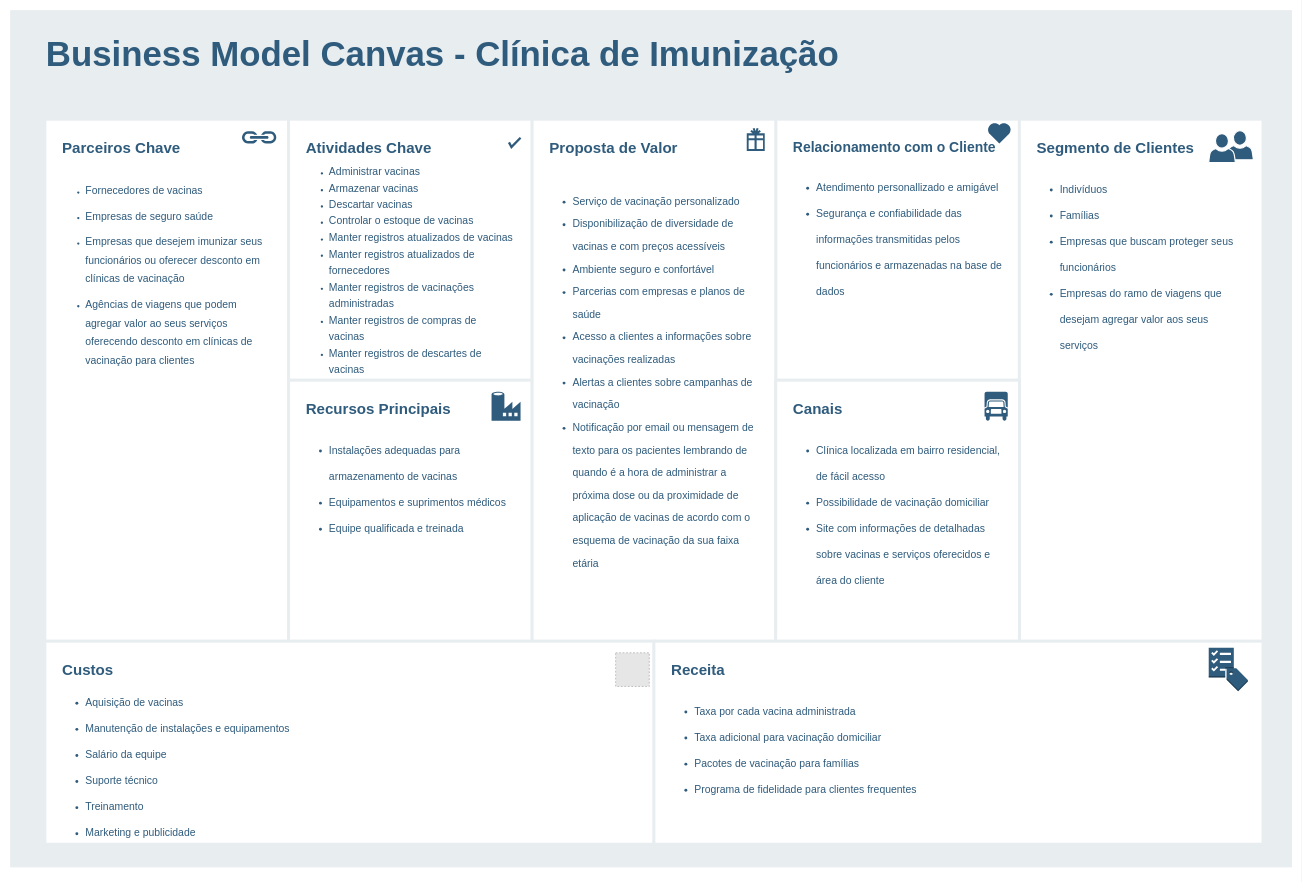
This is projetoConclusaoPos/tcc/proj/bmc.drawio from georgiamcs/posPucMinas2022, a draw.io file, before an edit. Source tidied: cells renumbered, new cells numbered last; positions are measured from the earlier drawing's top-left corner, leaving out a move shared by most shapes. Both pictures are drawn from the tidied source at 58%, with x=0, y=0 at pixel (10, 10). Pictures stored in the file or linked from it are replaced by grey dashed boxes.
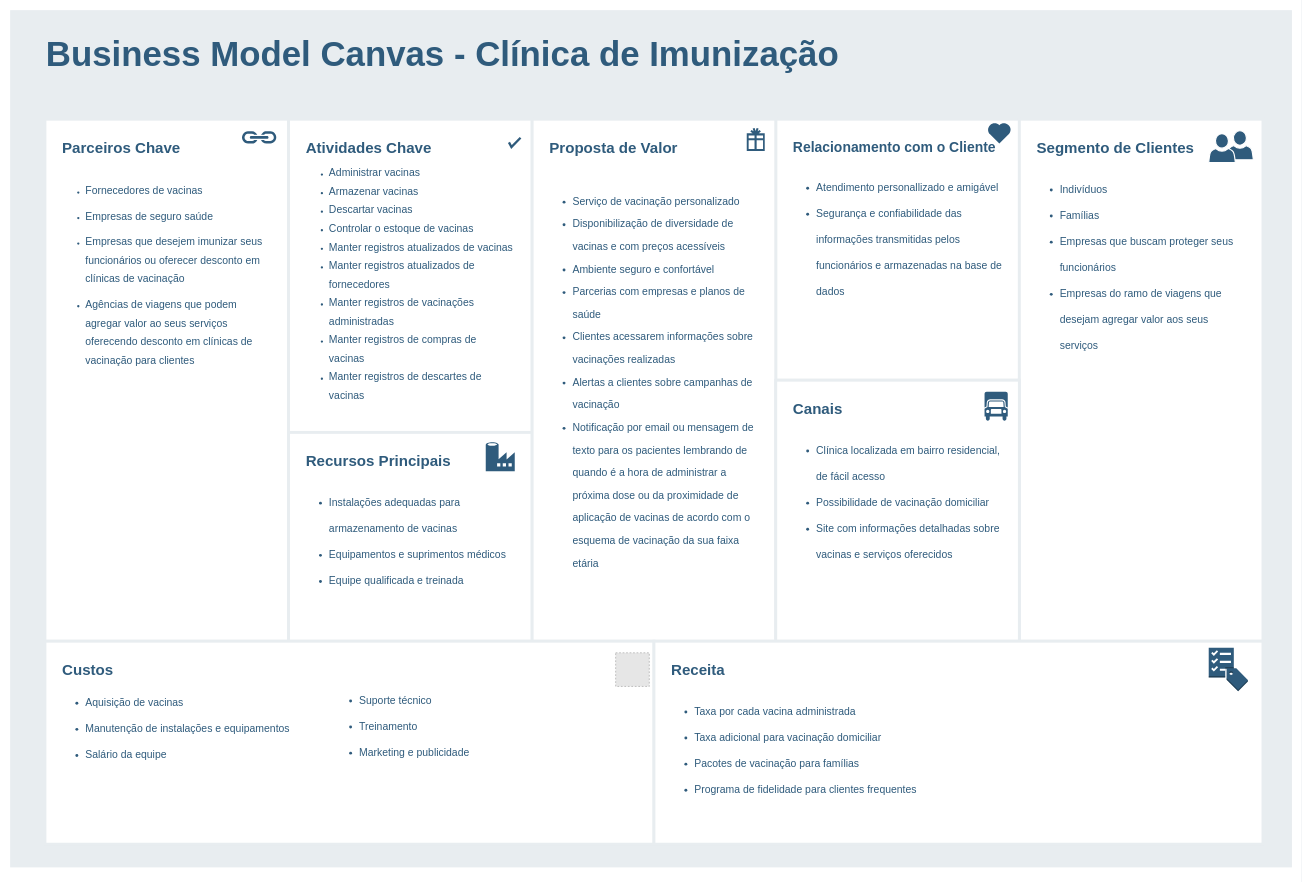
Above is the later version.

Diff of the diagram source:
```diff
@@
-    <mxCell id="5" value="&lt;font style=&quot;&quot;&gt;&lt;span style=&quot;border-color: var(--border-color);&quot;&gt;&lt;b style=&quot;&quot;&gt;&lt;font style=&quot;font-size: 26px;&quot;&gt;Atividades Chave&lt;/font&gt;&lt;/b&gt;&lt;br&gt;&lt;ul style=&quot;line-height: 220%;&quot;&gt;&lt;li&gt;&lt;font style=&quot;&quot;&gt;&lt;span style=&quot;border-color: var(--border-color);&quot;&gt;&lt;span style=&quot;background-color: initial; font-size: 18px;&quot;&gt;Administrar vacinas&lt;/span&gt;&lt;/span&gt;&lt;/font&gt;&lt;/li&gt;&lt;li&gt;&lt;font style=&quot;&quot;&gt;&lt;span style=&quot;border-color: var(--border-color);&quot;&gt;&lt;span style=&quot;background-color: initial; font-size: 18px;&quot;&gt;Armazenar vacinas&lt;/span&gt;&lt;/span&gt;&lt;/font&gt;&lt;/li&gt;&lt;li&gt;&lt;font style=&quot;&quot;&gt;&lt;span style=&quot;border-color: var(--border-color);&quot;&gt;&lt;span style=&quot;background-color: initial; font-size: 18px;&quot;&gt;Descartar vacinas&lt;/span&gt;&lt;/span&gt;&lt;/font&gt;&lt;/li&gt;&lt;li&gt;&lt;font style=&quot;&quot;&gt;&lt;span style=&quot;border-color: var(--border-color);&quot;&gt;&lt;span style=&quot;background-color: initial; font-size: 18px;&quot;&gt;Controlar o estoque de vacinas&lt;/span&gt;&lt;/span&gt;&lt;/font&gt;&lt;/li&gt;&lt;li&gt;&lt;font style=&quot;&quot;&gt;&lt;span style=&quot;border-color: var(--border-color);&quot;&gt;&lt;span style=&quot;background-color: initial; font-size: 18px;&quot;&gt;Manter registros atualizados de vacinas&lt;/span&gt;&lt;/span&gt;&lt;/font&gt;&lt;/li&gt;&lt;li&gt;&lt;font style=&quot;&quot;&gt;&lt;span style=&quot;border-color: var(--border-color);&quot;&gt;&lt;span style=&quot;background-color: initial; font-size: 18px;&quot;&gt;Manter registros atualizados de fornecedores&lt;/span&gt;&lt;/span&gt;&lt;/font&gt;&lt;/li&gt;&lt;li&gt;&lt;font style=&quot;&quot;&gt;&lt;span style=&quot;border-color: var(--border-color);&quot;&gt;&lt;span style=&quot;background-color: initial; font-size: 18px;&quot;&gt;Manter registros de vacinações administradas&lt;/span&gt;&lt;/span&gt;&lt;/font&gt;&lt;/li&gt;&lt;li&gt;&lt;font style=&quot;&quot;&gt;&lt;span style=&quot;border-color: var(--border-color);&quot;&gt;&lt;span style=&quot;background-color: initial; font-size: 18px;&quot;&gt;Manter registros de compras de vacinas&amp;nbsp;&lt;/span&gt;&lt;/span&gt;&lt;/font&gt;&lt;/li&gt;&lt;li&gt;&lt;font style=&quot;&quot;&gt;&lt;span style=&quot;border-color: var(--border-color);&quot;&gt;&lt;span style=&quot;background-color: initial; font-size: 18px;&quot;&gt;Manter registros de descartes de vacinas&amp;nbsp;&lt;/span&gt;&lt;/span&gt;&lt;/font&gt;&lt;/li&gt;&lt;/ul&gt;&lt;/span&gt;&lt;/font&gt;&lt;font&gt;&lt;div style=&quot;border-color: var(--border-color);&quot;&gt;&lt;br style=&quot;border-color: var(--border-color);&quot;&gt;&lt;/div&gt;&lt;/font&gt;&lt;div&gt;&lt;br&gt;&lt;/div&gt;" style="rounded=0;whiteSpace=wrap;html=1;shadow=0;labelBackgroundColor=none;strokeColor=#e8edf0;strokeWidth=5;fillColor=#ffffff;fontSize=12;fontColor=#2F5B7C;align=left;verticalAlign=top;spacing=30;" parent="1" vertex="1">
-      <mxGeometry x="480" y="188" width="420" height="450" as="geometry" />
+    <mxCell id="5" value="&lt;font style=&quot;&quot;&gt;&lt;span style=&quot;border-color: var(--border-color);&quot;&gt;&lt;b style=&quot;&quot;&gt;&lt;font style=&quot;font-size: 26px;&quot;&gt;Atividades Chave&lt;/font&gt;&lt;/b&gt;&lt;br&gt;&lt;ul style=&quot;line-height: 250%;&quot;&gt;&lt;li&gt;&lt;font style=&quot;&quot;&gt;&lt;span style=&quot;border-color: var(--border-color);&quot;&gt;&lt;span style=&quot;background-color: initial; font-size: 18px;&quot;&gt;Administrar vacinas&lt;/span&gt;&lt;/span&gt;&lt;/font&gt;&lt;/li&gt;&lt;li&gt;&lt;font style=&quot;&quot;&gt;&lt;span style=&quot;border-color: var(--border-color);&quot;&gt;&lt;span style=&quot;background-color: initial; font-size: 18px;&quot;&gt;Armazenar vacinas&lt;/span&gt;&lt;/span&gt;&lt;/font&gt;&lt;/li&gt;&lt;li&gt;&lt;font style=&quot;&quot;&gt;&lt;span style=&quot;border-color: var(--border-color);&quot;&gt;&lt;span style=&quot;background-color: initial; font-size: 18px;&quot;&gt;Descartar vacinas&lt;/span&gt;&lt;/span&gt;&lt;/font&gt;&lt;/li&gt;&lt;li&gt;&lt;font style=&quot;&quot;&gt;&lt;span style=&quot;border-color: var(--border-color);&quot;&gt;&lt;span style=&quot;background-color: initial; font-size: 18px;&quot;&gt;Controlar o estoque de vacinas&lt;/span&gt;&lt;/span&gt;&lt;/font&gt;&lt;/li&gt;&lt;li&gt;&lt;font style=&quot;&quot;&gt;&lt;span style=&quot;border-color: var(--border-color);&quot;&gt;&lt;span style=&quot;background-color: initial; font-size: 18px;&quot;&gt;Manter registros atualizados de vacinas&lt;/span&gt;&lt;/span&gt;&lt;/font&gt;&lt;/li&gt;&lt;li&gt;&lt;font style=&quot;&quot;&gt;&lt;span style=&quot;border-color: var(--border-color);&quot;&gt;&lt;span style=&quot;background-color: initial; font-size: 18px;&quot;&gt;Manter registros atualizados de fornecedores&lt;/span&gt;&lt;/span&gt;&lt;/font&gt;&lt;/li&gt;&lt;li&gt;&lt;font style=&quot;&quot;&gt;&lt;span style=&quot;border-color: var(--border-color);&quot;&gt;&lt;span style=&quot;background-color: initial; font-size: 18px;&quot;&gt;Manter registros de vacinações administradas&lt;/span&gt;&lt;/span&gt;&lt;/font&gt;&lt;/li&gt;&lt;li&gt;&lt;font style=&quot;&quot;&gt;&lt;span style=&quot;border-color: var(--border-color);&quot;&gt;&lt;span style=&quot;background-color: initial; font-size: 18px;&quot;&gt;Manter registros de compras de vacinas&amp;nbsp;&lt;/span&gt;&lt;/span&gt;&lt;/font&gt;&lt;/li&gt;&lt;li&gt;&lt;font style=&quot;&quot;&gt;&lt;span style=&quot;border-color: var(--border-color);&quot;&gt;&lt;span style=&quot;background-color: initial; font-size: 18px;&quot;&gt;Manter registros de descartes de vacinas&amp;nbsp;&lt;/span&gt;&lt;/span&gt;&lt;/font&gt;&lt;/li&gt;&lt;/ul&gt;&lt;/span&gt;&lt;/font&gt;&lt;font&gt;&lt;div style=&quot;border-color: var(--border-color); line-height: 250%;&quot;&gt;&lt;br style=&quot;border-color: var(--border-color);&quot;&gt;&lt;/div&gt;&lt;/font&gt;&lt;div style=&quot;line-height: 250%;&quot;&gt;&lt;br&gt;&lt;/div&gt;" style="rounded=0;whiteSpace=wrap;html=1;shadow=0;labelBackgroundColor=none;strokeColor=#e8edf0;strokeWidth=5;fillColor=#ffffff;fontSize=12;fontColor=#2F5B7C;align=left;verticalAlign=top;spacing=30;" parent="1" vertex="1">
+      <mxGeometry x="480" y="188" width="420" height="570" as="geometry" />
     </mxCell>
     <mxCell id="6" value="&lt;div&gt;&lt;font style=&quot;font-size: 26px&quot;&gt;&lt;b&gt;Recursos Principais&lt;/b&gt;&lt;/font&gt;&lt;/div&gt;&lt;div&gt;&lt;br&gt;&lt;/div&gt;&lt;div style=&quot;font-size: 18px; line-height: 250%;&quot;&gt;&lt;ul&gt;&lt;li&gt;&lt;font style=&quot;font-size: 18px;&quot;&gt;Instalações adequadas para armazenamento de vacinas&lt;/font&gt;&lt;/li&gt;&lt;li&gt;&lt;font style=&quot;font-size: 18px;&quot;&gt;Equipamentos e suprimentos médicos&lt;/font&gt;&lt;/li&gt;&lt;li&gt;&lt;font style=&quot;font-size: 18px;&quot;&gt;Equipe qualificada e treinada&lt;/font&gt;&lt;/li&gt;&lt;/ul&gt;&lt;/div&gt;&lt;div&gt;&lt;br&gt;&lt;/div&gt;&lt;div style=&quot;font-size: 10px&quot;&gt;&lt;br&gt;&lt;/div&gt;" style="rounded=0;whiteSpace=wrap;html=1;shadow=0;labelBackgroundColor=none;strokeColor=#e8edf0;strokeWidth=5;fillColor=#ffffff;fontSize=12;fontColor=#2F5B7C;align=left;verticalAlign=top;spacing=30;" parent="1" vertex="1">
-      <mxGeometry x="480" y="638" width="420" height="450" as="geometry" />
+      <mxGeometry x="480" y="728" width="420" height="360" as="geometry" />
     </mxCell>
-    <mxCell id="7" value="&lt;div style=&quot;font-size: 26px&quot;&gt;&lt;font style=&quot;border-color: var(--border-color);&quot;&gt;&lt;b&gt;Proposta de Valor&lt;/b&gt;&lt;/font&gt;&lt;/div&gt;&lt;div style=&quot;font-size: 26px&quot;&gt;&lt;b&gt;&lt;br&gt;&lt;/b&gt;&lt;/div&gt;&lt;div style=&quot;font-size: 26px&quot;&gt;&lt;ul style=&quot;line-height: 150%;&quot;&gt;&lt;li style=&quot;font-size: 18px;&quot;&gt;Serviço de vacinação personalizado&lt;/li&gt;&lt;li style=&quot;font-size: 18px;&quot;&gt;Disponibilização de diversidade de vacinas e com preços acessíveis&lt;/li&gt;&lt;li style=&quot;font-size: 18px;&quot;&gt;Ambiente seguro e confortável&lt;/li&gt;&lt;li style=&quot;font-size: 18px;&quot;&gt;Parcerias com empresas e planos de saúde&lt;/li&gt;&lt;li style=&quot;font-size: 18px;&quot;&gt;Acesso a clientes a informações sobre vacinações realizadas&lt;/li&gt;&lt;li style=&quot;font-size: 18px;&quot;&gt;Alertas a clientes sobre campanhas de vacinação&lt;/li&gt;&lt;li style=&quot;font-size: 18px;&quot;&gt;Notificação por email ou mensagem de texto para os pacientes lembrando de&amp;nbsp; quando é a hora de administrar a próxima dose ou da proximidade de aplicação de vacinas de acordo com o esquema de vacinação da sua faixa etária&lt;/li&gt;&lt;/ul&gt;&lt;font style=&quot;border-color: var(--border-color);&quot;&gt;&lt;div style=&quot;border-color: var(--border-color);&quot;&gt;&lt;br style=&quot;border-color: var(--border-color);&quot;&gt;&lt;/div&gt;&lt;/font&gt;&lt;div style=&quot;border-color: var(--border-color);&quot;&gt;&lt;br style=&quot;border-color: var(--border-color); font-size: 12px;&quot;&gt;&lt;/div&gt;&lt;/div&gt;" style="rounded=0;whiteSpace=wrap;html=1;shadow=0;labelBackgroundColor=none;strokeColor=#e8edf0;strokeWidth=5;fillColor=#ffffff;fontSize=12;fontColor=#2F5B7C;align=left;verticalAlign=top;spacing=30;" parent="1" vertex="1">
+    <mxCell id="7" value="&lt;div style=&quot;font-size: 26px&quot;&gt;&lt;font style=&quot;border-color: var(--border-color);&quot;&gt;&lt;b&gt;Proposta de Valor&lt;/b&gt;&lt;/font&gt;&lt;/div&gt;&lt;div style=&quot;font-size: 26px&quot;&gt;&lt;b&gt;&lt;br&gt;&lt;/b&gt;&lt;/div&gt;&lt;div style=&quot;font-size: 26px&quot;&gt;&lt;ul style=&quot;line-height: 150%;&quot;&gt;&lt;li style=&quot;font-size: 18px;&quot;&gt;Serviço de vacinação personalizado&lt;/li&gt;&lt;li style=&quot;font-size: 18px;&quot;&gt;Disponibilização de diversidade de vacinas e com preços acessíveis&lt;/li&gt;&lt;li style=&quot;font-size: 18px;&quot;&gt;Ambiente seguro e confortável&lt;/li&gt;&lt;li style=&quot;font-size: 18px;&quot;&gt;Parcerias com empresas e planos de saúde&lt;/li&gt;&lt;li style=&quot;font-size: 18px;&quot;&gt;Clientes acessarem informações sobre vacinações realizadas&lt;/li&gt;&lt;li style=&quot;font-size: 18px;&quot;&gt;Alertas a clientes sobre campanhas de vacinação&lt;/li&gt;&lt;li style=&quot;font-size: 18px;&quot;&gt;Notificação por email ou mensagem de texto para os pacientes lembrando de&amp;nbsp; quando é a hora de administrar a próxima dose ou da proximidade de aplicação de vacinas de acordo com o esquema de vacinação da sua faixa etária&lt;/li&gt;&lt;/ul&gt;&lt;font style=&quot;border-color: var(--border-color);&quot;&gt;&lt;div style=&quot;border-color: var(--border-color);&quot;&gt;&lt;br style=&quot;border-color: var(--border-color);&quot;&gt;&lt;/div&gt;&lt;/font&gt;&lt;div style=&quot;border-color: var(--border-color);&quot;&gt;&lt;br style=&quot;border-color: var(--border-color); font-size: 12px;&quot;&gt;&lt;/div&gt;&lt;/div&gt;" style="rounded=0;whiteSpace=wrap;html=1;shadow=0;labelBackgroundColor=none;strokeColor=#e8edf0;strokeWidth=5;fillColor=#ffffff;fontSize=12;fontColor=#2F5B7C;align=left;verticalAlign=top;spacing=30;" parent="1" vertex="1">
       <mxGeometry x="900" y="188" width="420" height="900" as="geometry" />
     </mxCell>
@@
-    <mxCell id="9" value="&lt;div&gt;&lt;font style=&quot;font-size: 26px&quot;&gt;&lt;b&gt;Canais&lt;/b&gt;&lt;/font&gt;&lt;/div&gt;&lt;div&gt;&lt;br&gt;&lt;/div&gt;&lt;div style=&quot;font-size: 18px;&quot;&gt;&lt;ul style=&quot;line-height: 250%;&quot;&gt;&lt;li&gt;&lt;font style=&quot;font-size: 18px;&quot;&gt;Clínica localizada em bairro residencial, de fácil acesso&lt;/font&gt;&lt;/li&gt;&lt;li&gt;&lt;font style=&quot;font-size: 18px;&quot;&gt;Possibilidade de vacinação domiciliar&lt;/font&gt;&lt;/li&gt;&lt;li&gt;Site com informações de detalhadas sobre vacinas e serviços oferecidos e área do cliente&lt;/li&gt;&lt;/ul&gt;&lt;/div&gt;" style="rounded=0;whiteSpace=wrap;html=1;shadow=0;labelBackgroundColor=none;strokeColor=#e8edf0;strokeWidth=5;fillColor=#ffffff;fontSize=12;fontColor=#2F5B7C;align=left;verticalAlign=top;spacing=30;" parent="1" vertex="1">
+    <mxCell id="9" value="&lt;div&gt;&lt;font style=&quot;font-size: 26px&quot;&gt;&lt;b&gt;Canais&lt;/b&gt;&lt;/font&gt;&lt;/div&gt;&lt;div&gt;&lt;br&gt;&lt;/div&gt;&lt;div style=&quot;font-size: 18px;&quot;&gt;&lt;ul style=&quot;line-height: 250%;&quot;&gt;&lt;li&gt;&lt;font style=&quot;font-size: 18px;&quot;&gt;Clínica localizada em bairro residencial, de fácil acesso&lt;/font&gt;&lt;/li&gt;&lt;li&gt;&lt;font style=&quot;font-size: 18px;&quot;&gt;Possibilidade de vacinação domiciliar&lt;/font&gt;&lt;/li&gt;&lt;li&gt;Site com informações detalhadas sobre vacinas e serviços oferecidos&lt;/li&gt;&lt;/ul&gt;&lt;/div&gt;" style="rounded=0;whiteSpace=wrap;html=1;shadow=0;labelBackgroundColor=none;strokeColor=#e8edf0;strokeWidth=5;fillColor=#ffffff;fontSize=12;fontColor=#2F5B7C;align=left;verticalAlign=top;spacing=30;" parent="1" vertex="1">
       <mxGeometry x="1320" y="638" width="420" height="450" as="geometry" />
     </mxCell>
-    <mxCell id="10" value="&lt;div style=&quot;font-size: 26px&quot;&gt;&lt;font style=&quot;font-size: 26px&quot;&gt;&lt;b&gt;Custos&lt;/b&gt;&lt;/font&gt;&lt;/div&gt;&lt;div style=&quot;font-size: 18px; line-height: 250%;&quot;&gt;&lt;ul&gt;&lt;li&gt;&lt;font style=&quot;font-size: 18px;&quot;&gt;Aquisição de vacinas&lt;/font&gt;&lt;/li&gt;&lt;li&gt;&lt;font style=&quot;font-size: 18px;&quot;&gt;Manutenção de instalações e equipamentos&lt;/font&gt;&lt;/li&gt;&lt;li&gt;&lt;font style=&quot;font-size: 18px;&quot;&gt;Salário da equipe&lt;/font&gt;&lt;/li&gt;&lt;li&gt;&lt;font style=&quot;font-size: 18px;&quot;&gt;Suporte técnico&lt;/font&gt;&lt;/li&gt;&lt;li&gt;&lt;font style=&quot;font-size: 18px;&quot;&gt;Treinamento&lt;/font&gt;&lt;/li&gt;&lt;li&gt;&lt;font style=&quot;font-size: 18px;&quot;&gt;Marketing e publicidade&lt;/font&gt;&lt;/li&gt;&lt;/ul&gt;&lt;/div&gt;&lt;div&gt;&lt;br&gt;&lt;/div&gt;&lt;div style=&quot;font-size: 10px&quot;&gt;&lt;br&gt;&lt;/div&gt;" style="rounded=0;whiteSpace=wrap;html=1;shadow=0;labelBackgroundColor=none;strokeColor=#e8edf0;strokeWidth=5;fillColor=#ffffff;fontSize=12;fontColor=#2F5B7C;align=left;verticalAlign=top;spacing=30;" parent="1" vertex="1">
+    <mxCell id="10" value="&lt;div style=&quot;font-size: 26px&quot;&gt;&lt;font style=&quot;font-size: 26px&quot;&gt;&lt;b&gt;Custos&lt;/b&gt;&lt;/font&gt;&lt;/div&gt;&lt;div style=&quot;font-size: 18px; line-height: 250%;&quot;&gt;&lt;ul&gt;&lt;li&gt;&lt;font style=&quot;font-size: 18px;&quot;&gt;Aquisição de vacinas&lt;/font&gt;&lt;/li&gt;&lt;li&gt;&lt;font style=&quot;font-size: 18px;&quot;&gt;Manutenção de instalações e equipamentos&lt;/font&gt;&lt;/li&gt;&lt;li&gt;&lt;font style=&quot;font-size: 18px;&quot;&gt;Salário da equipe&lt;/font&gt;&lt;/li&gt;&lt;/ul&gt;&lt;/div&gt;&lt;div&gt;&lt;br&gt;&lt;/div&gt;&lt;div style=&quot;font-size: 10px&quot;&gt;&lt;br&gt;&lt;/div&gt;" style="rounded=0;whiteSpace=wrap;html=1;shadow=0;labelBackgroundColor=none;strokeColor=#e8edf0;strokeWidth=5;fillColor=#ffffff;fontSize=12;fontColor=#2F5B7C;align=left;verticalAlign=top;spacing=30;" parent="1" vertex="1">
       <mxGeometry x="60" y="1088" width="1050" height="350" as="geometry" />
     </mxCell>
@@
     <mxCell id="16" style="shadow=0;dashed=0;html=1;strokeColor=none;labelPosition=center;verticalLabelPosition=bottom;verticalAlign=top;shape=mxgraph.mscae.cloud.data_factory;fillColor=#2F5B7C;labelBackgroundColor=none;fontSize=10;fontColor=#2F5B7C;align=left;" parent="1" vertex="1">
-      <mxGeometry x="830" y="658" width="50" height="50" as="geometry" />
+      <mxGeometry x="820" y="745" width="50" height="50" as="geometry" />
     </mxCell>
@@
+    <mxCell id="24" value="&lt;div style=&quot;border-color: var(--border-color); font-size: 18px; line-height: 45px;&quot;&gt;&lt;ul style=&quot;border-color: var(--border-color);&quot;&gt;&lt;li style=&quot;border-color: var(--border-color);&quot;&gt;&lt;font style=&quot;border-color: var(--border-color); font-size: 18px;&quot;&gt;Suporte técnico&lt;/font&gt;&lt;/li&gt;&lt;li style=&quot;border-color: var(--border-color);&quot;&gt;&lt;font style=&quot;border-color: var(--border-color); font-size: 18px;&quot;&gt;Treinamento&lt;/font&gt;&lt;/li&gt;&lt;li style=&quot;border-color: var(--border-color);&quot;&gt;&lt;font style=&quot;border-color: var(--border-color); font-size: 18px;&quot;&gt;Marketing e publicidade&lt;/font&gt;&lt;/li&gt;&lt;/ul&gt;&lt;/div&gt;&lt;div style=&quot;border-color: var(--border-color);&quot;&gt;&lt;br style=&quot;border-color: var(--border-color); font-family: Helvetica; font-size: 12px; font-style: normal; font-variant-ligatures: normal; font-variant-caps: normal; font-weight: 400; letter-spacing: normal; orphans: 2; text-align: left; text-indent: 0px; text-transform: none; widows: 2; word-spacing: 0px; -webkit-text-stroke-width: 0px; background-color: rgb(251, 251, 251); text-decoration-thickness: initial; text-decoration-style: initial; text-decoration-color: initial;&quot;&gt;&#10;&#10;&lt;/div&gt;" style="text;whiteSpace=wrap;html=1;fontColor=#2F5B7C;" parent="1" vertex="1">
+      <mxGeometry x="560" y="1143" width="260" height="240" as="geometry" />
+    </mxCell>
```
